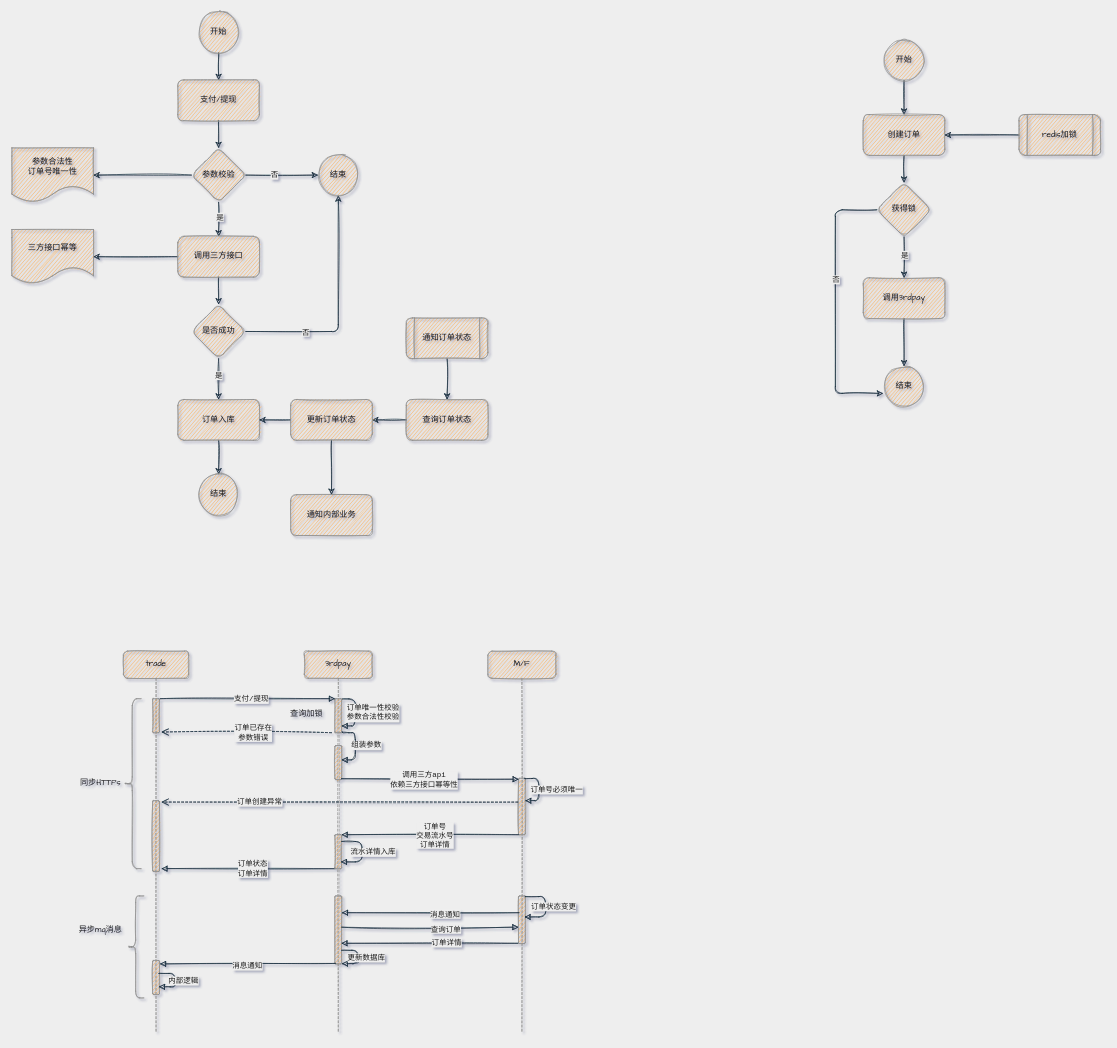
This is page "支付/提现接口幂等方案" (4 of 4) of 支付流程.drawio from jarcn/pic, a draw.io file, before an edit. Source tidied: cells renumbered, new cells numbered last; positions are measured from the earlier drawing's top-left corner, leaving out a move shared by most shapes. Both pictures are drawn from the tidied source at 68%, with x=0, y=0 at pixel (12, 12).
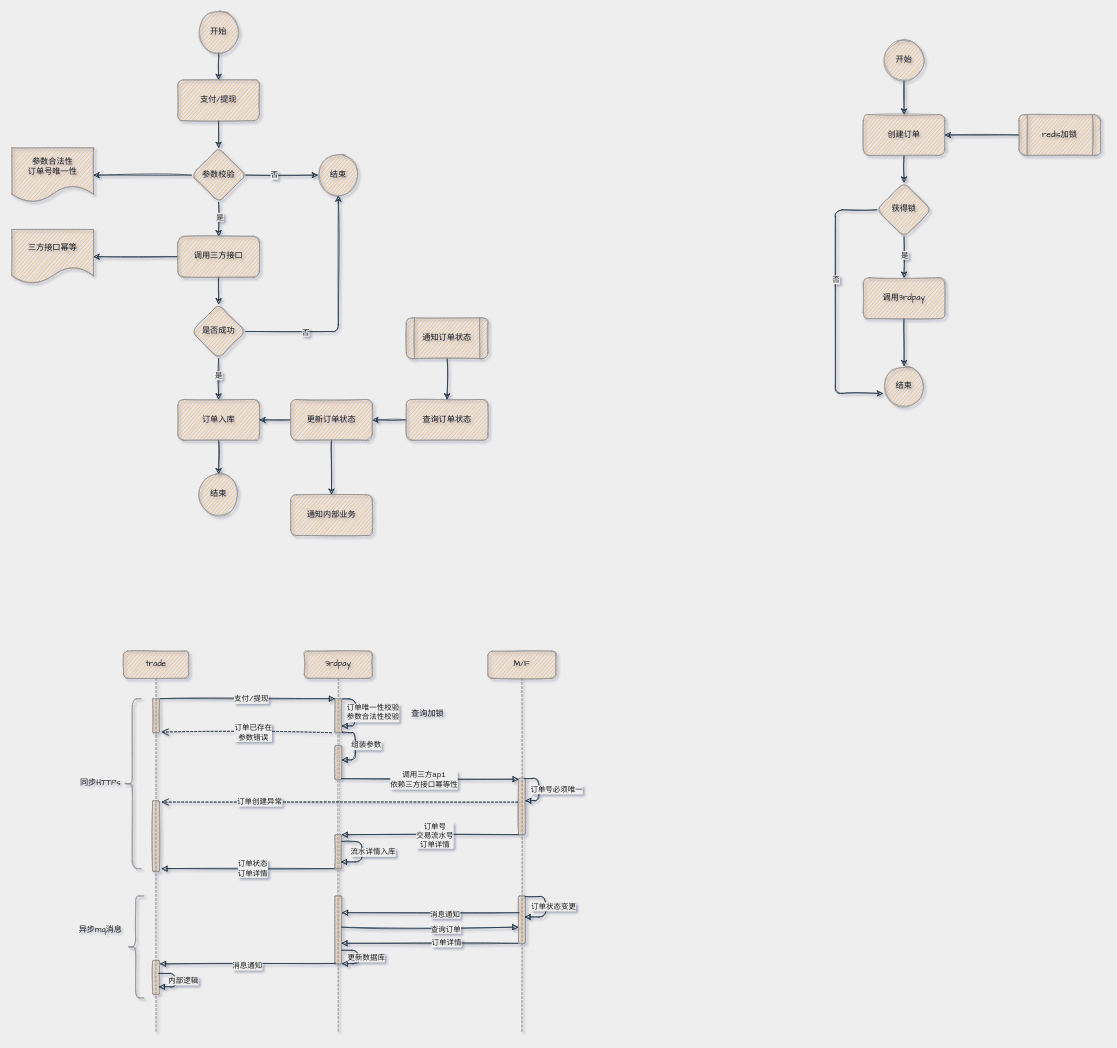
After the change.

Commit message (it also covers changes not shown here):
更新支付流程.drawio

The edit, as a diff of the source:
```diff
@@
-    <mxCell id="97" value="&lt;div&gt;查询加锁&lt;/div&gt;" style="text;html=1;align=center;verticalAlign=middle;strokeColor=none;fillColor=none;fontColor=#1A1A1A;" parent="1" vertex="1">
-      <mxGeometry x="404" y="1023" width="58" height="18" as="geometry" />
+    <mxCell id="97" value="&lt;div&gt;查询加锁&lt;/div&gt;" style="text;html=1;align=center;verticalAlign=middle;strokeColor=none;fillColor=none;fontColor=#1A1A1A;sketch=1;" parent="1" vertex="1">
+      <mxGeometry x="582" y="1023" width="58" height="18" as="geometry" />
     </mxCell>
```
